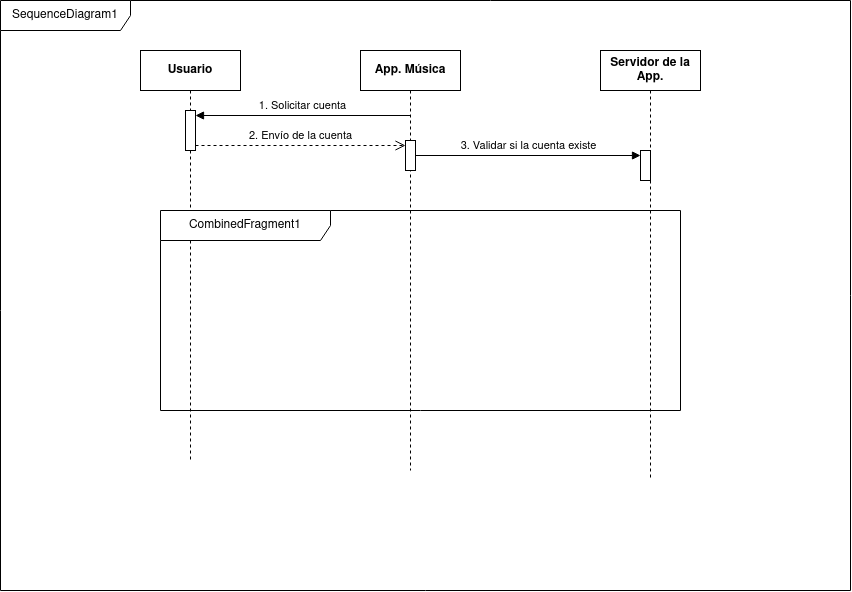
The draw.io diagram diagramas_casos_de_uso/diagrama-secuencia-musica.drawio.png in JesusLugo2002/ETS, before a commit. Source tidied: cells renumbered, new cells last; positions are measured from the earlier drawing's top-left corner, leaving out a move shared by most shapes.
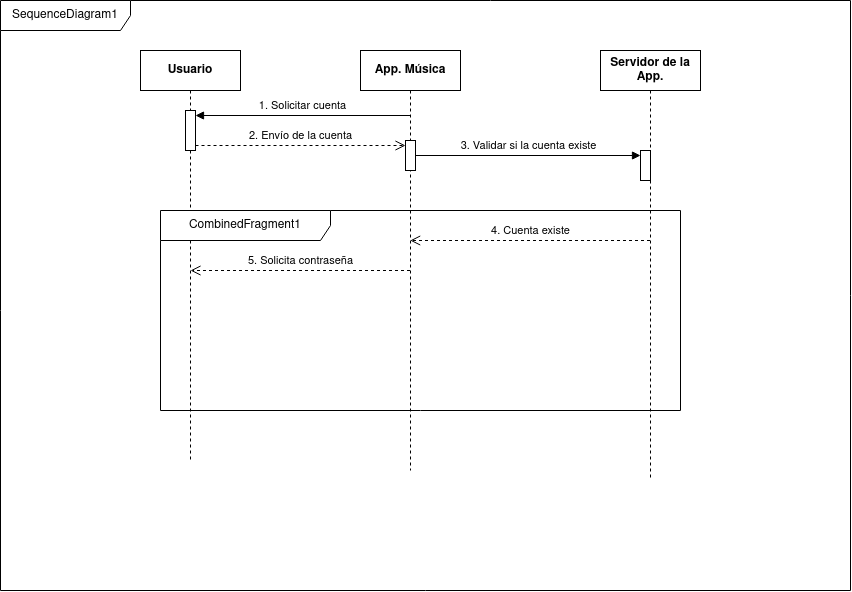
After the change.

What changed in the source:
```diff
@@ -35,5 +35,16 @@
     <mxCell id="12" value="CombinedFragment1" style="shape=umlFrame;whiteSpace=wrap;html=1;width=170;height=30;" parent="1" vertex="1">
       <mxGeometry x="160" y="210" width="520" height="200" as="geometry" />
     </mxCell>
+    <mxCell id="13" value="4. Cuenta existe" style="html=1;verticalAlign=bottom;endArrow=open;dashed=1;endSize=8;curved=0;rounded=0;" parent="1" edge="1">
+      <mxGeometry relative="1" as="geometry">
+        <mxPoint x="649.5" y="240" as="sourcePoint" />
+        <mxPoint x="409.7" y="240" as="targetPoint" />
+      </mxGeometry>
+    </mxCell>
+    <mxCell id="14" value="5. Solicita contraseña" style="html=1;verticalAlign=bottom;endArrow=open;dashed=1;endSize=8;curved=0;rounded=0;" parent="1" edge="1" source="3">
+      <mxGeometry relative="1" as="geometry">
+        <mxPoint x="190" y="270" as="targetPoint" />
+      </mxGeometry>
+    </mxCell>
   </root>
 </mxGraphModel>
```
